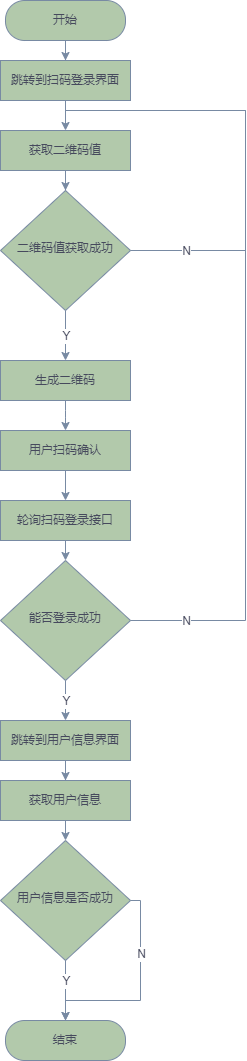
Before: x9hp/扫码登录流程图.png, a diagram exported from draw.io (notigit/Image). Source tidied: cells renumbered, new cells last; positions are measured from the earlier drawing's top-left corner, leaving out a move shared by most shapes.
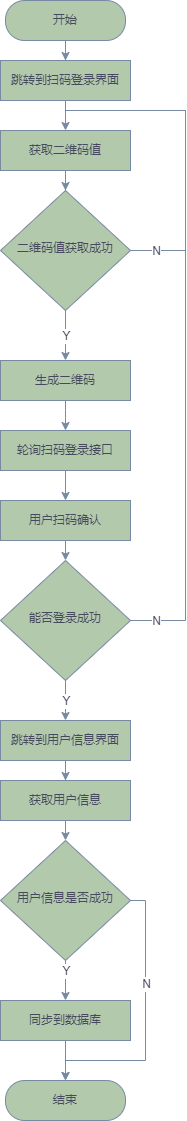
After the change.

Commit message:
更新扫码登录流程图.png

Change to the diagram source:
```diff
@@ -14,11 +14,8 @@
     <mxCell id="5" value="二维码值获取成功" style="rhombus;whiteSpace=wrap;html=1;shadow=0;fontFamily=Helvetica;fontSize=12;align=center;strokeWidth=1;spacing=6;spacingTop=-4;fillColor=#B2C9AB;strokeColor=#788AA3;fontColor=#46495D;rounded=0;" parent="1" vertex="1">
       <mxGeometry y="190" width="130" height="120" as="geometry" />
     </mxCell>
-    <mxCell id="6" style="edgeStyle=orthogonalEdgeStyle;rounded=0;jettySize=auto;html=1;fontColor=#46495D;startArrow=none;startFill=0;endArrow=none;endFill=0;strokeColor=#788AA3;fillColor=#B2C9AB;" parent="1" edge="1" source="7" target="23">
-      <mxGeometry relative="1" as="geometry" />
-    </mxCell>
     <mxCell id="7" value="结束" style="rounded=1;whiteSpace=wrap;html=1;fontSize=12;glass=0;strokeWidth=1;shadow=0;fillColor=#B2C9AB;strokeColor=#788AA3;fontColor=#46495D;arcSize=48;" parent="1" vertex="1">
-      <mxGeometry x="5" y="1020" width="120" height="40" as="geometry" />
+      <mxGeometry x="5" y="1080" width="120" height="40" as="geometry" />
     </mxCell>
     <mxCell id="8" style="edgeStyle=orthogonalEdgeStyle;rounded=0;jettySize=auto;html=1;entryX=0.5;entryY=0;entryDx=0;entryDy=0;strokeColor=#788AA3;fontColor=#46495D;" parent="1" edge="1" source="9">
       <mxGeometry relative="1" as="geometry">
@@ -31,7 +28,7 @@
     <mxCell id="10" style="edgeStyle=orthogonalEdgeStyle;rounded=0;jettySize=auto;html=1;fontColor=#46495D;startArrow=none;startFill=0;endArrow=classic;endFill=1;strokeColor=#788AA3;fillColor=#B2C9AB;entryX=0.5;entryY=0;entryDx=0;entryDy=0;exitX=0.5;exitY=1;exitDx=0;exitDy=0;" parent="1" edge="1" source="11" target="12">
       <mxGeometry relative="1" as="geometry" />
     </mxCell>
-    <mxCell id="11" value="轮询扫码登录接口" style="rounded=0;whiteSpace=wrap;html=1;fontSize=12;glass=0;strokeWidth=1;shadow=0;fillColor=#B2C9AB;strokeColor=#788AA3;fontColor=#46495D;arcSize=0;" parent="1" vertex="1">
+    <mxCell id="11" value="用户扫码确认" style="rounded=0;whiteSpace=wrap;html=1;fontSize=12;glass=0;strokeWidth=1;shadow=0;fillColor=#B2C9AB;strokeColor=#788AA3;fontColor=#46495D;arcSize=0;" parent="1" vertex="1">
       <mxGeometry y="500" width="130" height="40" as="geometry" />
     </mxCell>
     <mxCell id="12" value="能否登录成功" style="rhombus;whiteSpace=wrap;html=1;shadow=0;fontFamily=Helvetica;fontSize=12;align=center;strokeWidth=1;spacing=6;spacingTop=-4;fillColor=#B2C9AB;strokeColor=#788AA3;fontColor=#46495D;rounded=0;" parent="1" vertex="1">
@@ -53,30 +50,30 @@
       <mxGeometry relative="1" as="geometry">
         <mxPoint x="65" y="120" as="targetPoint" />
         <Array as="points">
-          <mxPoint x="245" y="250" />
-          <mxPoint x="245" y="110" />
+          <mxPoint x="185" y="250" />
+          <mxPoint x="185" y="110" />
           <mxPoint x="65" y="110" />
         </Array>
       </mxGeometry>
     </mxCell>
     <mxCell id="18" value="N" style="edgeLabel;html=1;align=center;verticalAlign=middle;rounded=1;fontColor=#46495D;strokeColor=#788AA3;fillColor=#B2C9AB;" parent="17" vertex="1">
       <mxGeometry relative="1" as="geometry">
-        <mxPoint x="-60" y="108" as="offset" />
+        <mxPoint x="-30" y="108" as="offset" />
       </mxGeometry>
     </mxCell>
     <mxCell id="19" style="endArrow=none;html=1;rounded=0;fontColor=#46495D;strokeColor=#788AA3;fillColor=#B2C9AB;exitX=1;exitY=0.5;exitDx=0;exitDy=0;endFill=0;edgeStyle=orthogonalEdgeStyle;" parent="1" edge="1" source="12">
       <mxGeometry relative="1" as="geometry">
         <mxPoint x="65" y="120" as="targetPoint" />
         <Array as="points">
-          <mxPoint x="245" y="620" />
-          <mxPoint x="245" y="110" />
+          <mxPoint x="185" y="620" />
+          <mxPoint x="185" y="110" />
           <mxPoint x="65" y="110" />
         </Array>
       </mxGeometry>
     </mxCell>
     <mxCell id="20" value="N" style="edgeLabel;html=1;align=center;verticalAlign=middle;rounded=1;fontColor=#46495D;strokeColor=#788AA3;fillColor=#B2C9AB;" parent="19" vertex="1">
       <mxGeometry relative="1" as="geometry">
-        <mxPoint x="-60" y="293" as="offset" />
+        <mxPoint x="-30" y="293" as="offset" />
       </mxGeometry>
     </mxCell>
     <mxCell id="21" style="edgeStyle=orthogonalEdgeStyle;rounded=0;jettySize=auto;html=1;exitX=0.5;exitY=1;exitDx=0;exitDy=0;entryX=0.5;entryY=0;entryDx=0;entryDy=0;fontColor=#46495D;startArrow=none;startFill=0;endArrow=classic;endFill=1;strokeColor=#788AA3;fillColor=#B2C9AB;" parent="1" edge="1" source="22" target="23">
@@ -88,7 +85,7 @@
     <mxCell id="23" value="用户信息是否成功" style="rhombus;whiteSpace=wrap;html=1;shadow=0;fontFamily=Helvetica;fontSize=12;align=center;strokeWidth=1;spacing=6;spacingTop=-4;fillColor=#B2C9AB;strokeColor=#788AA3;fontColor=#46495D;rounded=0;" parent="1" vertex="1">
       <mxGeometry y="840" width="130" height="120" as="geometry" />
     </mxCell>
-    <mxCell id="24" style="endArrow=classic;html=1;rounded=0;fontColor=#46495D;strokeColor=#788AA3;fillColor=#B2C9AB;exitX=0.5;exitY=1;exitDx=0;exitDy=0;entryX=0.5;entryY=0;entryDx=0;entryDy=0;" parent="1" edge="1" source="23" target="7">
+    <mxCell id="24" style="endArrow=classic;html=1;rounded=0;fontColor=#46495D;strokeColor=#788AA3;fillColor=#B2C9AB;exitX=0.5;exitY=1;exitDx=0;exitDy=0;entryX=0.5;entryY=0;entryDx=0;entryDy=0;" parent="1" edge="1" source="23" target="36">
       <mxGeometry relative="1" as="geometry" />
     </mxCell>
     <mxCell id="25" value="Y" style="edgeLabel;html=1;align=center;verticalAlign=middle;rounded=1;fontColor=#46495D;strokeColor=#788AA3;fillColor=#B2C9AB;" parent="24" vertex="1">
@@ -99,9 +96,9 @@
     <mxCell id="26" style="endArrow=classic;html=1;rounded=0;fontColor=#46495D;strokeColor=#788AA3;fillColor=#B2C9AB;exitX=1;exitY=0.5;exitDx=0;exitDy=0;edgeStyle=orthogonalEdgeStyle;entryX=0.5;entryY=0;entryDx=0;entryDy=0;" parent="1" edge="1" source="23" target="7">
       <mxGeometry relative="1" as="geometry">
         <Array as="points">
-          <mxPoint x="140" y="900" />
-          <mxPoint x="140" y="1000" />
-          <mxPoint x="65" y="1000" />
+          <mxPoint x="145" y="900" />
+          <mxPoint x="145" y="1060" />
+          <mxPoint x="65" y="1060" />
         </Array>
       </mxGeometry>
     </mxCell>
@@ -128,8 +125,14 @@
     <mxCell id="33" style="edgeStyle=orthogonalEdgeStyle;rounded=0;jettySize=auto;html=1;strokeColor=#788AA3;fontColor=#46495D;" parent="1" edge="1" source="34" target="11">
       <mxGeometry relative="1" as="geometry" />
     </mxCell>
-    <mxCell id="34" value="用户扫码确认" style="rounded=0;whiteSpace=wrap;html=1;fontSize=12;glass=0;strokeWidth=1;shadow=0;fillColor=#B2C9AB;strokeColor=#788AA3;fontColor=#46495D;arcSize=0;" parent="1" vertex="1">
+    <mxCell id="34" value="轮询扫码登录接口" style="rounded=0;whiteSpace=wrap;html=1;fontSize=12;glass=0;strokeWidth=1;shadow=0;fillColor=#B2C9AB;strokeColor=#788AA3;fontColor=#46495D;arcSize=0;" parent="1" vertex="1">
       <mxGeometry y="430" width="130" height="40" as="geometry" />
     </mxCell>
+    <mxCell id="35" style="edgeStyle=orthogonalEdgeStyle;rounded=0;jettySize=auto;html=1;entryX=0.5;entryY=0;entryDx=0;entryDy=0;strokeColor=#788AA3;fontColor=#46495D;" parent="1" edge="1" source="36" target="7">
+      <mxGeometry relative="1" as="geometry" />
+    </mxCell>
+    <mxCell id="36" value="同步到数据库" style="rounded=0;whiteSpace=wrap;html=1;fontSize=12;glass=0;strokeWidth=1;shadow=0;fillColor=#B2C9AB;strokeColor=#788AA3;fontColor=#46495D;arcSize=0;" parent="1" vertex="1">
+      <mxGeometry y="1000" width="130" height="40" as="geometry" />
+    </mxCell>
   </root>
 </mxGraphModel>
```
